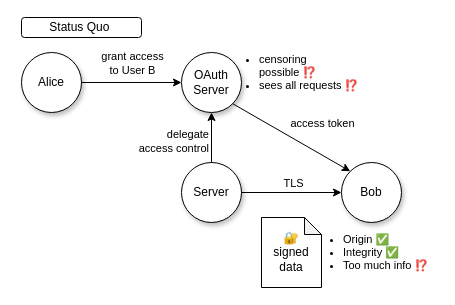
Above: diagrams/data_provenance_oauth.drawio in tlsnotary/docs-mdbook (draw.io), before the change. Source tidied: cells renumbered, new cells numbered last; positions are measured from the earlier drawing's top-left corner, leaving out a move shared by most shapes. Both pictures are drawn from the tidied source at 100%, with x=0, y=0 at pixel (21, 17).
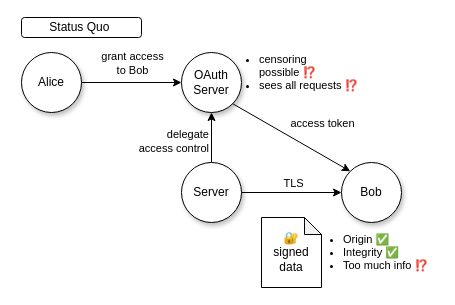
The same diagram, later.

The change refers to these unchanged cells:
```xml
<mxCell id="9" style="endArrow=none;html=1;rounded=0;startArrow=classic;startFill=1;endFill=0;" parent="1" edge="1" source="13" target="7">
  <mxGeometry relative="1" as="geometry" />
</mxCell>
```

The edit, as a diff of the source:
```diff
@@
-    <mxCell id="10" value="grant access&lt;br&gt;to User B" style="edgeLabel;html=1;align=center;verticalAlign=middle;labelBackgroundColor=none;" parent="9" vertex="1">
+    <mxCell id="10" value="grant access&lt;br&gt;to Bob" style="edgeLabel;html=1;align=center;verticalAlign=middle;labelBackgroundColor=none;" parent="9" vertex="1">
       <mxGeometry y="-1" relative="1" as="geometry">
         <mxPoint y="-19" as="offset" />
       </mxGeometry>
     </mxCell>
```
